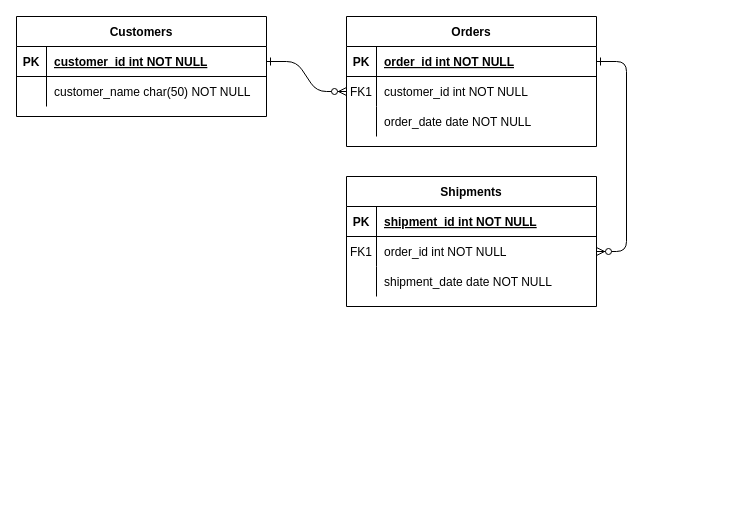
This is page "Page-1" (1 of 2) of Untitled Diagram.drawio from EbunoluwaAjani/CDE_datamodelling, a draw.io file, before an edit. Source tidied: cells renumbered, new cells numbered last; positions are measured from the earlier drawing's top-left corner, leaving out a move shared by most shapes. Both pictures are drawn from the tidied source at 100%, with x=0, y=0 at pixel (16, 16).
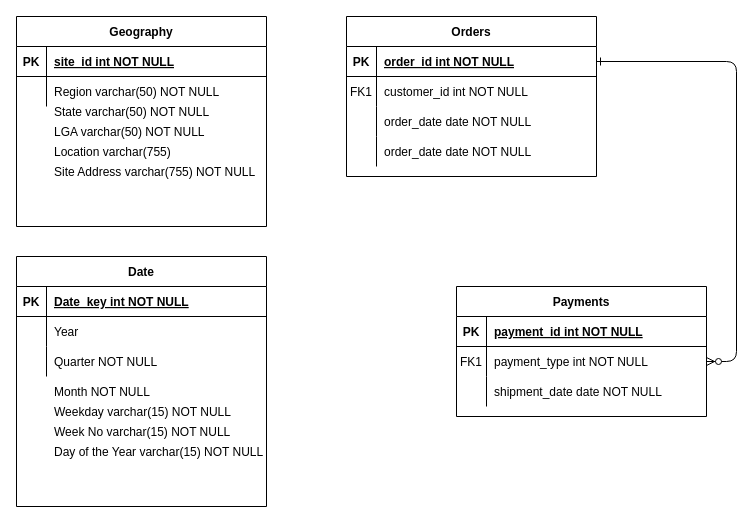
After the change.

The change refers to these unchanged cells:
```xml
<mxCell id="8" style="shape=partialRectangle;fillColor=none;points=[[0,0.5],[1,0.5]];portConstraint=eastwest;top=0;left=0;right=0;bottom=0;" parent="4" vertex="1">
  <mxGeometry y="60" width="250" height="30" as="geometry" />
</mxCell>
<mxCell id="15" style="shape=partialRectangle;fillColor=none;top=0;left=0;right=0;bottom=1;" parent="14" vertex="1">
  <mxGeometry y="30" width="250" height="30" as="geometry" />
</mxCell>
<mxCell id="18" style="shape=partialRectangle;fillColor=none;points=[[0,0.5],[1,0.5]];portConstraint=eastwest;top=0;left=0;right=0;bottom=0;" parent="14" vertex="1">
  <mxGeometry y="60" width="250" height="30" as="geometry" />
</mxCell>
<mxCell id="25" style="shape=partialRectangle;fillColor=none;points=[[0,0.5],[1,0.5]];portConstraint=eastwest;top=0;left=0;right=0;bottom=1;" parent="24" vertex="1">
  <mxGeometry y="30" width="250" height="30" as="geometry" />
</mxCell>
<mxCell id="28" style="shape=partialRectangle;fillColor=none;top=0;left=0;right=0;bottom=0;" parent="24" vertex="1">
  <mxGeometry y="60" width="250" height="30" as="geometry" />
</mxCell>
```

Change to the diagram source:
```diff
@@
-    <mxCell id="2" style="edgeStyle=entityRelationEdgeStyle;endArrow=ERzeroToMany;startArrow=ERone;endFill=1;startFill=0;" parent="1" edge="1" source="25" target="8">
-      <mxGeometry relative="1" as="geometry" />
-    </mxCell>
@@
     <mxCell id="4" value="Orders" style="shape=table;startSize=30;childLayout=tableLayout;rowLines=0;fontStyle=1;align=center;" parent="1" vertex="1">
-      <mxGeometry x="330" width="250" height="130" as="geometry" />
+      <mxGeometry x="330" width="250" height="160" as="geometry" />
     </mxCell>
@@
+    <mxCell id="31" style="shape=partialRectangle;fillColor=none;top=0;left=0;right=0;bottom=0;" parent="4" vertex="1">
+      <mxGeometry y="120" width="250" height="30" as="geometry" />
+    </mxCell>
+    <mxCell id="32" style="shape=partialRectangle;overflow=hidden;fillColor=none;top=0;left=0;bottom=0;right=0;" parent="31" vertex="1">
+      <mxGeometry width="30" height="30" as="geometry" />
+    </mxCell>
+    <mxCell id="33" value="order_date date NOT NULL" style="shape=partialRectangle;overflow=hidden;fillColor=none;top=0;left=0;bottom=0;right=0;align=left;spacingLeft=6;" parent="31" vertex="1">
+      <mxGeometry x="30" width="220" height="30" as="geometry" />
+    </mxCell>
-    <mxCell id="14" value="Shipments" style="shape=table;startSize=30;childLayout=tableLayout;rowLines=0;fontStyle=1;align=center;" parent="1" vertex="1">
-      <mxGeometry x="330" y="160" width="250" height="130" as="geometry" />
+    <mxCell id="14" value="Payments" style="shape=table;startSize=30;childLayout=tableLayout;rowLines=0;fontStyle=1;align=center;" parent="1" vertex="1">
+      <mxGeometry x="440" y="270" width="250" height="130" as="geometry" />
     </mxCell>
@@
-    <mxCell id="17" value="shipment_id int NOT NULL " style="shape=partialRectangle;overflow=hidden;fillColor=none;top=0;left=0;bottom=0;right=0;align=left;spacingLeft=6;fontStyle=5;" parent="15" vertex="1">
+    <mxCell id="17" value="payment_id int NOT NULL " style="shape=partialRectangle;overflow=hidden;fillColor=none;top=0;left=0;bottom=0;right=0;align=left;spacingLeft=6;fontStyle=5;" parent="15" vertex="1">
       <mxGeometry x="30" width="220" height="30" as="geometry" />
     </mxCell>
@@
-    <mxCell id="20" value="order_id int NOT NULL" style="shape=partialRectangle;overflow=hidden;fillColor=none;top=0;left=0;bottom=0;right=0;align=left;spacingLeft=6;" parent="18" vertex="1">
+    <mxCell id="20" value="payment_type int NOT NULL" style="shape=partialRectangle;overflow=hidden;fillColor=none;top=0;left=0;bottom=0;right=0;align=left;spacingLeft=6;" parent="18" vertex="1">
       <mxGeometry x="30" width="220" height="30" as="geometry" />
     </mxCell>
@@
-    <mxCell id="24" value="Customers" style="shape=table;startSize=30;childLayout=tableLayout;rowLines=0;fontStyle=1;align=center;" parent="1" vertex="1">
-      <mxGeometry width="250" height="100" as="geometry" />
+    <mxCell id="24" value="Geography" style="shape=table;startSize=30;childLayout=tableLayout;rowLines=0;fontStyle=1;align=center;" parent="1" vertex="1">
+      <mxGeometry width="250" height="210" as="geometry" />
     </mxCell>
@@
-    <mxCell id="27" value="customer_id int NOT NULL " style="shape=partialRectangle;overflow=hidden;fillColor=none;top=0;left=0;bottom=0;right=0;align=left;spacingLeft=6;fontStyle=5;" parent="25" vertex="1">
+    <mxCell id="27" value="site_id int NOT NULL " style="shape=partialRectangle;overflow=hidden;fillColor=none;top=0;left=0;bottom=0;right=0;align=left;spacingLeft=6;fontStyle=5;" parent="25" vertex="1">
       <mxGeometry x="30" width="220" height="30" as="geometry" />
     </mxCell>
@@
-    <mxCell id="30" value="customer_name char(50) NOT NULL" style="shape=partialRectangle;overflow=hidden;fillColor=none;top=0;left=0;bottom=0;right=0;align=left;spacingLeft=6;" parent="28" vertex="1">
+    <mxCell id="30" value="Region varchar(50) NOT NULL" style="shape=partialRectangle;overflow=hidden;fillColor=none;top=0;left=0;bottom=0;right=0;align=left;spacingLeft=6;" parent="28" vertex="1">
       <mxGeometry x="30" width="220" height="30" as="geometry" />
     </mxCell>
+    <mxCell id="34" value="State varchar(50) NOT NULL" style="shape=partialRectangle;overflow=hidden;fillColor=none;top=0;left=0;bottom=0;right=0;align=left;spacingLeft=6;" parent="1" vertex="1">
+      <mxGeometry x="30" y="80" width="220" height="30" as="geometry" />
+    </mxCell>
+    <mxCell id="35" value="LGA varchar(50) NOT NULL" style="shape=partialRectangle;overflow=hidden;fillColor=none;top=0;left=0;bottom=0;right=0;align=left;spacingLeft=6;" parent="1" vertex="1">
+      <mxGeometry x="30" y="100" width="220" height="30" as="geometry" />
+    </mxCell>
+    <mxCell id="36" value="Site Address varchar(755) NOT NULL" style="shape=partialRectangle;overflow=hidden;fillColor=none;top=0;left=0;bottom=0;right=0;align=left;spacingLeft=6;" parent="1" vertex="1">
+      <mxGeometry x="30" y="140" width="220" height="30" as="geometry" />
+    </mxCell>
+    <mxCell id="37" value="Location varchar(755) " style="shape=partialRectangle;overflow=hidden;fillColor=none;top=0;left=0;bottom=0;right=0;align=left;spacingLeft=6;" parent="1" vertex="1">
+      <mxGeometry x="30" y="120" width="220" height="30" as="geometry" />
+    </mxCell>
+    <mxCell id="38" value="Date" style="shape=table;startSize=30;childLayout=tableLayout;rowLines=0;fontStyle=1;align=center;" parent="1" vertex="1">
+      <mxGeometry y="240" width="250" height="250" as="geometry" />
+    </mxCell>
+    <mxCell id="39" style="shape=partialRectangle;fillColor=none;top=0;left=0;right=0;bottom=1;" parent="38" vertex="1">
+      <mxGeometry y="30" width="250" height="30" as="geometry" />
+    </mxCell>
+    <mxCell id="40" value="PK" style="shape=partialRectangle;overflow=hidden;fillColor=none;top=0;left=0;bottom=0;right=0;fontStyle=1;" parent="39" vertex="1">
+      <mxGeometry width="30" height="30" as="geometry" />
+    </mxCell>
+    <mxCell id="41" value="Date_key int NOT NULL " style="shape=partialRectangle;overflow=hidden;fillColor=none;top=0;left=0;bottom=0;right=0;align=left;spacingLeft=6;fontStyle=5;" parent="39" vertex="1">
+      <mxGeometry x="30" width="220" height="30" as="geometry" />
+    </mxCell>
+    <mxCell id="42" style="shape=partialRectangle;fillColor=none;top=0;left=0;right=0;bottom=0;" parent="38" vertex="1">
+      <mxGeometry y="60" width="250" height="30" as="geometry" />
+    </mxCell>
+    <mxCell id="43" style="shape=partialRectangle;overflow=hidden;fillColor=none;top=0;left=0;bottom=0;right=0;" parent="42" vertex="1">
+      <mxGeometry width="30" height="30" as="geometry" />
+    </mxCell>
+    <mxCell id="44" value="Year " style="shape=partialRectangle;overflow=hidden;fillColor=none;top=0;left=0;bottom=0;right=0;align=left;spacingLeft=6;" parent="42" vertex="1">
+      <mxGeometry x="30" width="220" height="30" as="geometry" />
+    </mxCell>
+    <mxCell id="45" style="shape=partialRectangle;fillColor=none;top=0;left=0;right=0;bottom=0;" parent="38" vertex="1">
+      <mxGeometry y="90" width="250" height="30" as="geometry" />
+    </mxCell>
+    <mxCell id="46" style="shape=partialRectangle;overflow=hidden;fillColor=none;top=0;left=0;bottom=0;right=0;" parent="45" vertex="1">
+      <mxGeometry width="30" height="30" as="geometry" />
+    </mxCell>
+    <mxCell id="47" value="Quarter NOT NULL" style="shape=partialRectangle;overflow=hidden;fillColor=none;top=0;left=0;bottom=0;right=0;align=left;spacingLeft=6;" parent="45" vertex="1">
+      <mxGeometry x="30" width="220" height="30" as="geometry" />
+    </mxCell>
+    <mxCell id="48" value="Month NOT NULL" style="shape=partialRectangle;overflow=hidden;fillColor=none;top=0;left=0;bottom=0;right=0;align=left;spacingLeft=6;" parent="1" vertex="1">
+      <mxGeometry x="30" y="360" width="220" height="30" as="geometry" />
+    </mxCell>
+    <mxCell id="49" value="Weekday varchar(15) NOT NULL" style="shape=partialRectangle;overflow=hidden;fillColor=none;top=0;left=0;bottom=0;right=0;align=left;spacingLeft=6;" parent="1" vertex="1">
+      <mxGeometry x="30" y="380" width="220" height="30" as="geometry" />
+    </mxCell>
+    <mxCell id="50" value="Week No varchar(15) NOT NULL" style="shape=partialRectangle;overflow=hidden;fillColor=none;top=0;left=0;bottom=0;right=0;align=left;spacingLeft=6;" parent="1" vertex="1">
+      <mxGeometry x="30" y="400" width="220" height="30" as="geometry" />
+    </mxCell>
+    <mxCell id="51" value="Day of the Year varchar(15) NOT NULL" style="shape=partialRectangle;overflow=hidden;fillColor=none;top=0;left=0;bottom=0;right=0;align=left;spacingLeft=6;" parent="1" vertex="1">
+      <mxGeometry x="30" y="420" width="220" height="30" as="geometry" />
+    </mxCell>
```
